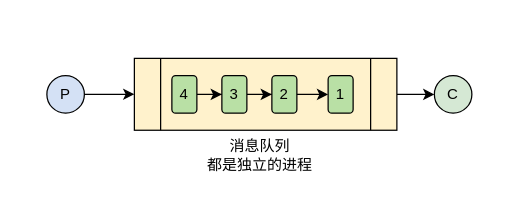
Above: Drawio/RabbitMQ.drawio in RainbowJier/RabbitMQ (draw.io), before the change. Source tidied: cells renumbered, new cells numbered last; positions are measured from the earlier drawing's top-left corner, leaving out a move shared by most shapes. Both pictures are drawn from the tidied source at 125%, with x=0, y=0 at pixel (46, 58).
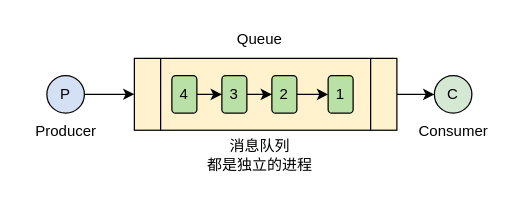
The same page after the edit.

Diff of the diagram source:
```diff
@@
 <mxGraphModel>
   <root>
     <mxCell id="0" />
     <mxCell id="1" parent="0" />
     <mxCell id="2" style="edgeStyle=orthogonalEdgeStyle;rounded=0;jettySize=auto;html=1;entryX=0;entryY=0.5;entryDx=0;entryDy=0;" parent="1" edge="1" source="3" target="5">
       <mxGeometry relative="1" as="geometry" />
     </mxCell>
     <mxCell id="3" value="P" style="ellipse;whiteSpace=wrap;html=1;fillColor=#D4E1F5;" parent="1" vertex="1">
       <mxGeometry y="14" width="30" height="30" as="geometry" />
     </mxCell>
     <mxCell id="4" style="edgeStyle=orthogonalEdgeStyle;rounded=0;jettySize=auto;html=1;" parent="1" edge="1" source="5" target="6">
       <mxGeometry relative="1" as="geometry" />
     </mxCell>
     <mxCell id="5" style="shape=process;whiteSpace=wrap;html=1;backgroundOutline=1;fillColor=#FFF2CC;" parent="1" vertex="1">
       <mxGeometry x="70" y="0.2" width="210" height="57.5" as="geometry" />
     </mxCell>
     <mxCell id="6" value="C" style="ellipse;whiteSpace=wrap;html=1;fillColor=#D5E8D4;" parent="1" vertex="1">
       <mxGeometry x="310" y="14" width="30" height="30" as="geometry" />
     </mxCell>
     <mxCell id="7" style="edgeStyle=orthogonalEdgeStyle;rounded=0;jettySize=auto;html=1;" parent="1" edge="1" source="8" target="11">
       <mxGeometry relative="1" as="geometry" />
     </mxCell>
     <mxCell id="8" value="4" style="rounded=1;whiteSpace=wrap;html=1;fillColor=#B9E0A5;" parent="1" vertex="1">
       <mxGeometry x="100" y="14" width="20" height="30" as="geometry" />
     </mxCell>
     <mxCell id="9" value="消息队列&lt;br&gt;都是独立的进程" style="text;html=1;align=center;verticalAlign=middle;strokeColor=none;fillColor=none;" parent="1" vertex="1">
       <mxGeometry x="115" y="57.8" width="110" height="40" as="geometry" />
     </mxCell>
     <mxCell id="10" style="edgeStyle=orthogonalEdgeStyle;rounded=0;jettySize=auto;html=1;" parent="1" edge="1" source="11" target="13">
       <mxGeometry relative="1" as="geometry" />
     </mxCell>
     <mxCell id="11" value="3" style="rounded=1;whiteSpace=wrap;html=1;fillColor=#B9E0A5;" parent="1" vertex="1">
       <mxGeometry x="140" y="14" width="20" height="30" as="geometry" />
     </mxCell>
     <mxCell id="12" style="edgeStyle=orthogonalEdgeStyle;rounded=0;orthogonalLoop=1;jettySize=auto;html=1;" parent="1" edge="1">
       <mxGeometry relative="1" as="geometry">
         <mxPoint x="195" y="29" as="sourcePoint" />
         <mxPoint x="225" y="29" as="targetPoint" />
       </mxGeometry>
     </mxCell>
     <mxCell id="13" value="2" style="rounded=1;whiteSpace=wrap;html=1;fillColor=#B9E0A5;" parent="1" vertex="1">
       <mxGeometry x="180" y="14" width="20" height="30" as="geometry" />
     </mxCell>
     <mxCell id="14" value="1" style="rounded=1;whiteSpace=wrap;html=1;fillColor=#B9E0A5;" parent="1" vertex="1">
       <mxGeometry x="225" y="14" width="20" height="30" as="geometry" />
     </mxCell>
+    <mxCell id="15" value="Queue" style="text;html=1;align=center;verticalAlign=middle;strokeColor=none;fillColor=none;" parent="1" vertex="1">
+      <mxGeometry x="140" y="-29.8" width="60" height="30" as="geometry" />
+    </mxCell>
+    <mxCell id="16" value="Producer" style="text;html=1;align=center;verticalAlign=middle;strokeColor=none;fillColor=none;" parent="1" vertex="1">
+      <mxGeometry x="-20" y="44" width="70" height="30" as="geometry" />
+    </mxCell>
+    <mxCell id="17" value="Consumer" style="text;html=1;align=center;verticalAlign=middle;strokeColor=none;fillColor=none;" parent="1" vertex="1">
+      <mxGeometry x="285" y="44" width="80" height="30" as="geometry" />
+    </mxCell>
   </root>
 </mxGraphModel>
```
